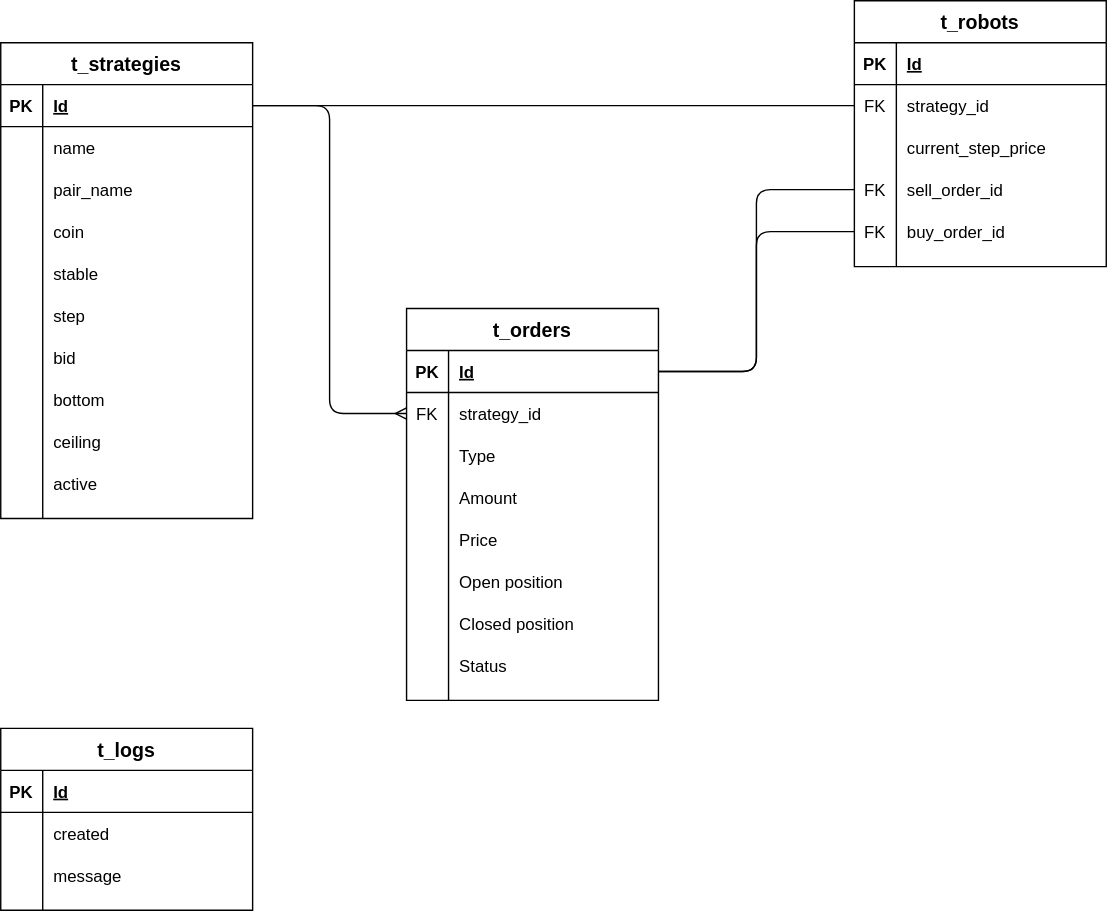
Above: docs/db_schema.svg in ArkadyBuryakov/Volatobot (draw.io), before the change. Source tidied: cells renumbered, new cells last; positions are measured from the earlier drawing's top-left corner, leaving out a move shared by most shapes.
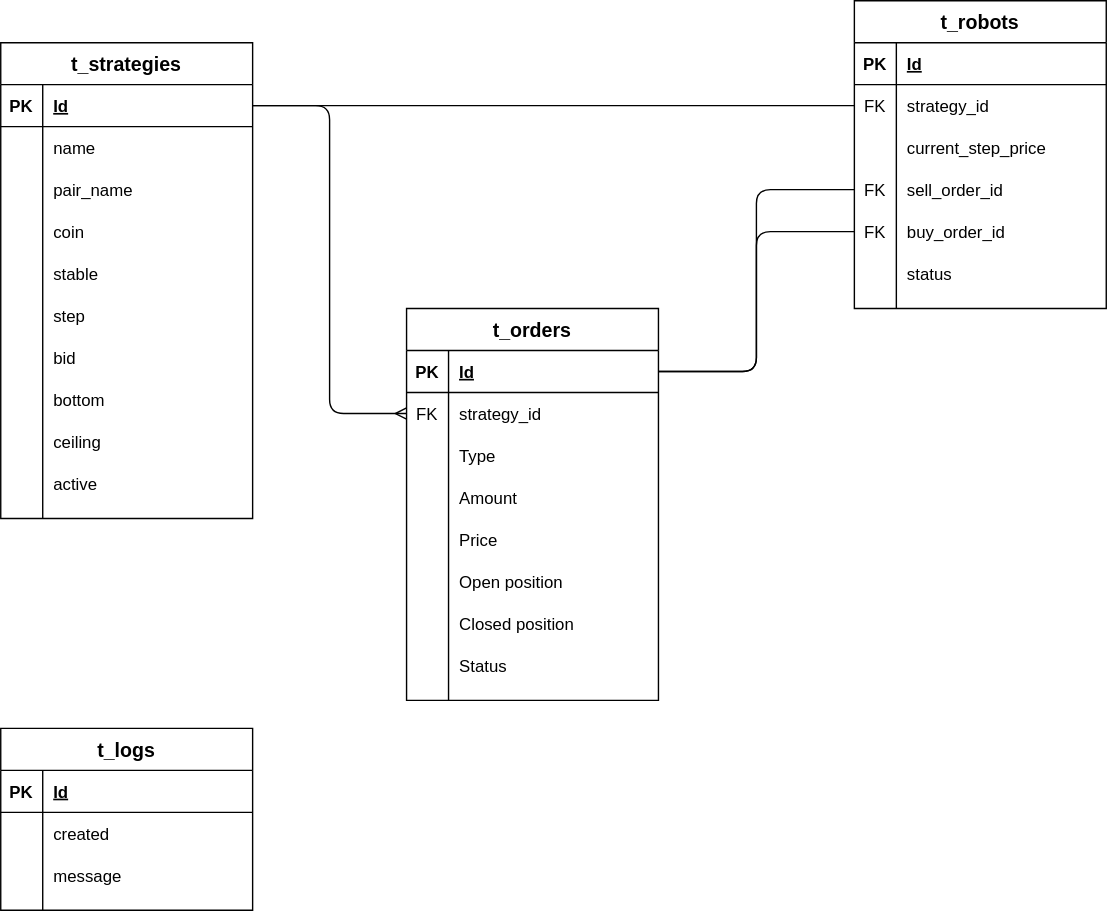
Above is the later version.

Commit message:
Add robot status lifecycle #3 Now robot doesn't get deleted on deactivating strategy. It just stops and orders are cancelled. It could be started on the same step anytime after stopping.

Diff of the diagram source:
```diff
@@ -90,7 +90,7 @@
       <mxGeometry x="30" width="150" height="30" as="geometry" />
     </mxCell>
     <mxCell id="31" value="t_robots" style="shape=table;startSize=30;rowLines=0;fontStyle=1;align=center;fillColor=none;fontSize=14;noLabel=0;" parent="1" vertex="1">
-      <mxGeometry x="610" width="180" height="190" as="geometry" />
+      <mxGeometry x="610" width="180" height="220" as="geometry" />
     </mxCell>
     <mxCell id="32" style="shape=partialRectangle;fillColor=none;top=0;left=0;bottom=1;right=0;" parent="31" vertex="1">
       <mxGeometry y="30" width="180" height="30" as="geometry" />
@@ -137,6 +137,15 @@
     <mxCell id="46" value="buy_order_id" style="shape=partialRectangle;fillColor=none;top=0;left=0;bottom=0;right=0;align=left;spacingLeft=6;overflow=hidden;" parent="44" vertex="1">
       <mxGeometry x="30" width="150" height="30" as="geometry" />
     </mxCell>
+    <mxCell id="88" style="shape=partialRectangle;fillColor=none;top=0;left=0;bottom=0;right=0;" parent="31" vertex="1">
+      <mxGeometry y="180" width="180" height="30" as="geometry" />
+    </mxCell>
+    <mxCell id="89" style="shape=partialRectangle;fillColor=none;top=0;left=0;bottom=0;right=0;overflow=hidden;" parent="88" vertex="1">
+      <mxGeometry width="30" height="30" as="geometry" />
+    </mxCell>
+    <mxCell id="90" value="status" style="shape=partialRectangle;fillColor=none;top=0;left=0;bottom=0;right=0;align=left;spacingLeft=6;overflow=hidden;" parent="88" vertex="1">
+      <mxGeometry x="30" width="150" height="30" as="geometry" />
+    </mxCell>
     <mxCell id="47" value="t_strategies" style="shape=table;startSize=30;rowLines=0;fontStyle=1;align=center;fillColor=none;fontSize=14;noLabel=0;" parent="1" vertex="1">
       <mxGeometry y="30" width="180" height="340" as="geometry" />
     </mxCell>
```
